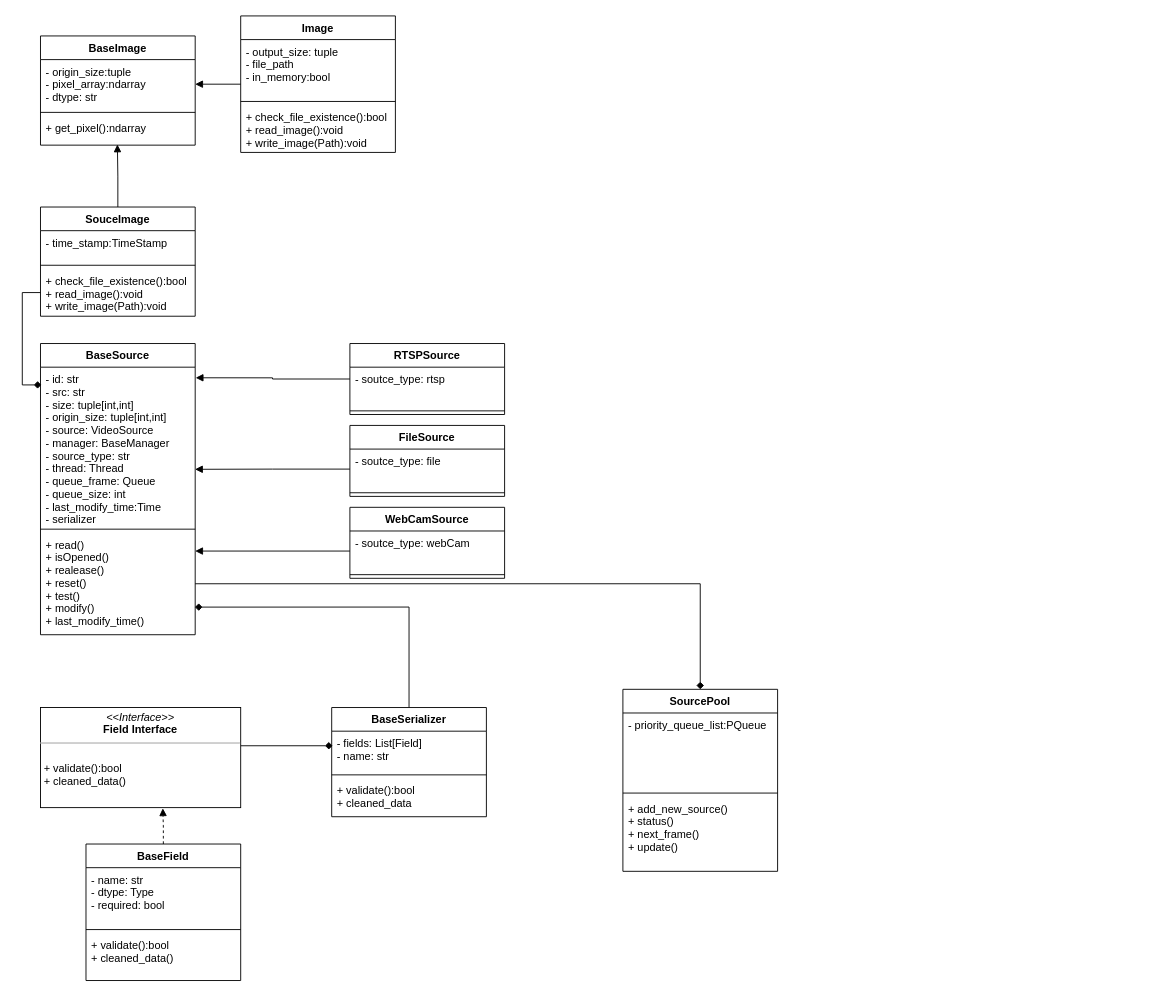
This is page "Source Class Diagram" (2 of 2) of doc/diagram/face recognition.drawio from armin-azh/siamese, a draw.io file, before an edit. Source tidied: cells renumbered, new cells numbered last; positions are measured from the earlier drawing's top-left corner, leaving out a move shared by most shapes. Both pictures are drawn from the tidied source at 91%, with x=0, y=0 at pixel (40, 15).
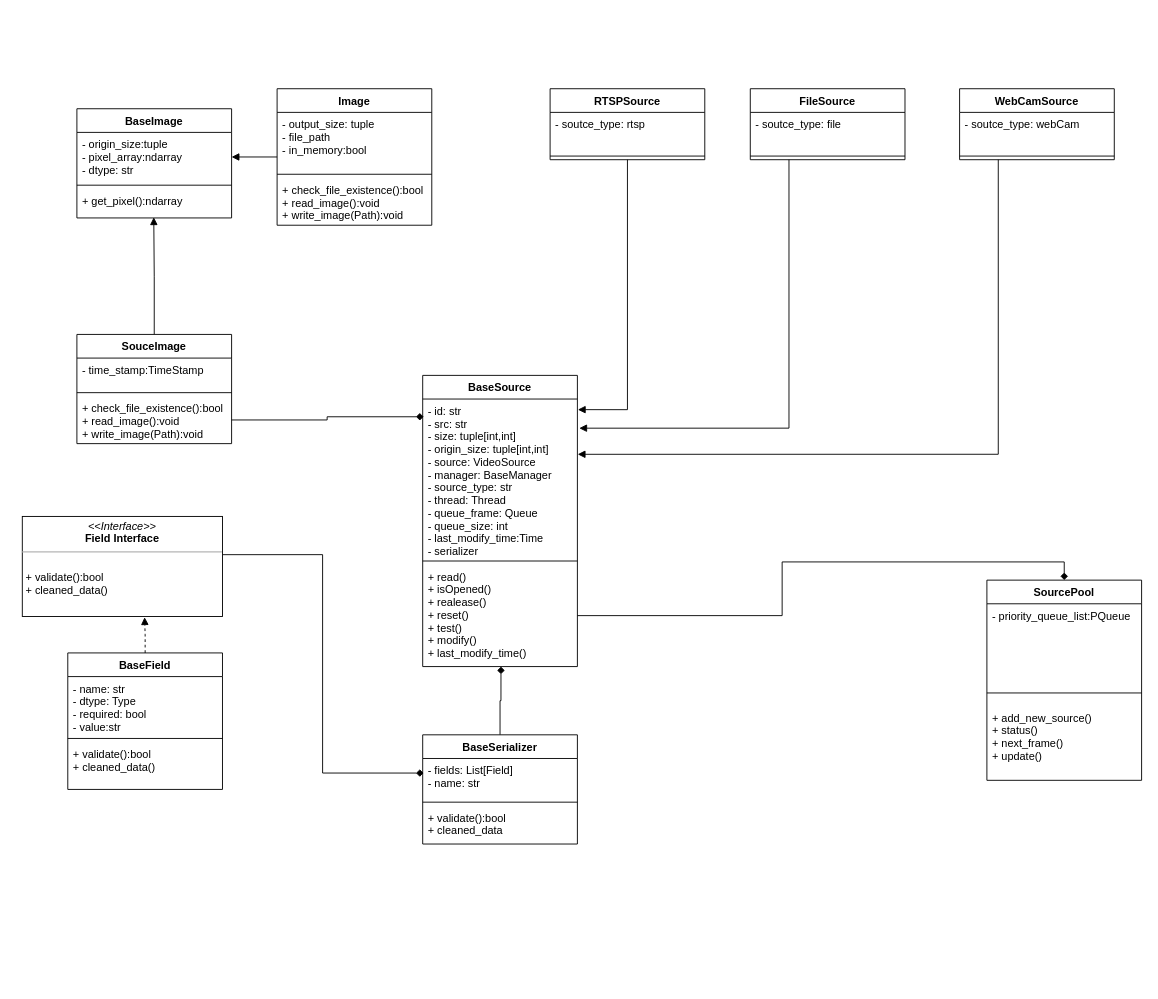
The same diagram, later.

Commit message (it also covers changes not shown here):
some change in diagram and add serializer module

The change refers to these unchanged cells:
```xml
<mxCell id="3" value="- id: str&#10;- src: str&#10;- size: tuple[int,int]&#10;- origin_size: tuple[int,int]&#10;- source: VideoSource&#10;- manager: BaseManager&#10;- source_type: str&#10;- thread: Thread&#10;- queue_frame: Queue&#10;- queue_size: int&#10;- last_modify_time:Time&#10;- serializer" style="text;strokeColor=none;fillColor=none;align=left;verticalAlign=top;spacingLeft=4;spacingRight=4;overflow=hidden;points=[[0,0.5],[1,0.5]];portConstraint=eastwest;" parent="2" vertex="1">
  <mxGeometry y="26" width="170" height="174" as="geometry" />
</mxCell>
<mxCell id="5" value="+ read()&#10;+ isOpened()&#10;+ realease()&#10;+ reset()&#10;+ test()&#10;+ modify()&#10;+ last_modify_time()&#10;" style="text;strokeColor=none;fillColor=none;align=left;verticalAlign=top;spacingLeft=4;spacingRight=4;overflow=hidden;points=[[0,0.5],[1,0.5]];portConstraint=eastwest;" parent="2" vertex="1">
  <mxGeometry y="208" width="170" height="112" as="geometry" />
</mxCell>
<mxCell id="43" value="- soutce_type: file" style="text;strokeColor=none;fillColor=none;align=left;verticalAlign=top;spacingLeft=4;spacingRight=4;overflow=hidden;points=[[0,0.5],[1,0.5]];portConstraint=eastwest;" parent="42" vertex="1">
  <mxGeometry y="26" width="170" height="44" as="geometry" />
</mxCell>
<mxCell id="47" value="- soutce_type: webCam" style="text;strokeColor=none;fillColor=none;align=left;verticalAlign=top;spacingLeft=4;spacingRight=4;overflow=hidden;points=[[0,0.5],[1,0.5]];portConstraint=eastwest;" parent="46" vertex="1">
  <mxGeometry y="26" width="170" height="44" as="geometry" />
</mxCell>
```

Change to the diagram source:
```diff
@@
     <mxCell id="2" value="BaseSource" style="swimlane;fontStyle=1;align=center;verticalAlign=top;horizontal=1;startSize=26;" parent="1" vertex="1">
-      <mxGeometry y="360" width="170" height="320" as="geometry" />
+      <mxGeometry x="420" y="395" width="170" height="320" as="geometry" />
     </mxCell>
@@
     <mxCell id="6" value="SourcePool" style="swimlane;fontStyle=1;align=center;verticalAlign=top;horizontal=1;startSize=26;" parent="1" vertex="1">
-      <mxGeometry x="640" y="740" width="170" height="200" as="geometry" />
+      <mxGeometry x="1040" y="620" width="170" height="220" as="geometry" />
     </mxCell>
@@
     <mxCell id="8" style="line;strokeWidth=1;fillColor=none;align=left;verticalAlign=middle;spacingTop=-1;spacingLeft=3;spacingRight=3;labelPosition=right;" parent="6" vertex="1">
-      <mxGeometry y="110" width="170" height="8" as="geometry" />
+      <mxGeometry y="110" width="170" height="28" as="geometry" />
     </mxCell>
     <mxCell id="9" value="+ add_new_source()&#10;+ status()&#10;+ next_frame()&#10;+ update()" style="text;strokeColor=none;fillColor=none;align=left;verticalAlign=top;spacingLeft=4;spacingRight=4;overflow=hidden;" parent="6" vertex="1">
-      <mxGeometry y="118" width="170" height="82" as="geometry" />
+      <mxGeometry y="138" width="170" height="82" as="geometry" />
     </mxCell>
@@
     <mxCell id="11" value="Image" style="swimlane;fontStyle=1;align=center;verticalAlign=top;horizontal=1;startSize=26;" parent="1" vertex="1">
-      <mxGeometry x="220" width="170" height="150" as="geometry" />
+      <mxGeometry x="260" y="80" width="170" height="150" as="geometry" />
     </mxCell>
@@
     <mxCell id="15" value="BaseImage" style="swimlane;fontStyle=1;align=center;verticalAlign=top;horizontal=1;startSize=26;" parent="1" vertex="1">
-      <mxGeometry y="22" width="170" height="120" as="geometry" />
+      <mxGeometry x="40" y="102" width="170" height="120" as="geometry" />
     </mxCell>
@@
     <mxCell id="20" value="SouceImage" style="swimlane;fontStyle=1;align=center;verticalAlign=top;horizontal=1;startSize=26;" parent="1" vertex="1">
-      <mxGeometry y="210" width="170" height="120" as="geometry" />
+      <mxGeometry x="40" y="350" width="170" height="120" as="geometry" />
     </mxCell>
@@
-    <mxCell id="25" style="edgeStyle=orthogonalEdgeStyle;rounded=0;jettySize=auto;html=1;entryX=0.998;entryY=0.729;entryDx=0;entryDy=0;entryPerimeter=0;endArrow=diamond;endFill=1;" parent="1" edge="1" source="26" target="5">
+    <mxCell id="25" style="edgeStyle=orthogonalEdgeStyle;rounded=0;jettySize=auto;html=1;entryX=0.506;entryY=1;entryDx=0;entryDy=0;entryPerimeter=0;endArrow=diamond;endFill=1;" parent="1" edge="1" source="26" target="5">
       <mxGeometry relative="1" as="geometry" />
     </mxCell>
     <mxCell id="26" value="BaseSerializer" style="swimlane;fontStyle=1;align=center;verticalAlign=top;horizontal=1;startSize=26;" parent="1" vertex="1">
-      <mxGeometry x="320" y="760" width="170" height="120" as="geometry" />
+      <mxGeometry x="420" y="790" width="170" height="120" as="geometry" />
     </mxCell>
@@
     <mxCell id="31" value="BaseField" style="swimlane;fontStyle=1;align=center;verticalAlign=top;horizontal=1;startSize=26;" parent="1" vertex="1">
-      <mxGeometry x="50" y="910" width="170" height="150" as="geometry" />
+      <mxGeometry x="30" y="700" width="170" height="150" as="geometry" />
     </mxCell>
-    <mxCell id="32" value="- name: str&#10;- dtype: Type&#10;- required: bool" style="text;strokeColor=none;fillColor=none;align=left;verticalAlign=top;spacingLeft=4;spacingRight=4;overflow=hidden;" parent="31" vertex="1">
+    <mxCell id="32" value="- name: str&#10;- dtype: Type&#10;- required: bool&#10;- value:str" style="text;strokeColor=none;fillColor=none;align=left;verticalAlign=top;spacingLeft=4;spacingRight=4;overflow=hidden;" parent="31" vertex="1">
       <mxGeometry y="26" width="170" height="64" as="geometry" />
     </mxCell>
@@
     <mxCell id="36" value="&lt;p style=&quot;margin: 0px ; margin-top: 4px ; text-align: center&quot;&gt;&lt;i&gt;&amp;lt;&amp;lt;Interface&amp;gt;&amp;gt;&lt;/i&gt;&lt;br&gt;&lt;b&gt;Field Interface&lt;/b&gt;&lt;/p&gt;&lt;hr size=&quot;1&quot;&gt;&lt;p style=&quot;margin: 0px ; margin-left: 4px&quot;&gt;&lt;br&gt;&lt;/p&gt;&lt;p style=&quot;margin: 0px ; margin-left: 4px&quot;&gt;+ validate():bool&lt;br style=&quot;padding: 0px ; margin: 0px&quot;&gt;+ cleaned_data()&lt;br&gt;&lt;/p&gt;" style="verticalAlign=top;align=left;overflow=fill;fontSize=12;fontFamily=Helvetica;html=1;" parent="1" vertex="1">
-      <mxGeometry y="760" width="220" height="110" as="geometry" />
+      <mxGeometry x="-20" y="550" width="220" height="110" as="geometry" />
     </mxCell>
@@
     <mxCell id="39" value="RTSPSource" style="swimlane;fontStyle=1;align=center;verticalAlign=top;horizontal=1;startSize=26;" parent="1" vertex="1">
-      <mxGeometry x="340" y="360" width="170" height="78" as="geometry" />
+      <mxGeometry x="560" y="80" width="170" height="78" as="geometry" />
     </mxCell>
@@
     <mxCell id="42" value="FileSource" style="swimlane;fontStyle=1;align=center;verticalAlign=top;horizontal=1;startSize=26;" parent="1" vertex="1">
-      <mxGeometry x="340" y="450" width="170" height="78" as="geometry" />
+      <mxGeometry x="780" y="80" width="170" height="78" as="geometry" />
     </mxCell>
@@
-    <mxCell id="45" style="edgeStyle=orthogonalEdgeStyle;rounded=0;jettySize=auto;html=1;entryX=0.999;entryY=0.645;entryDx=0;entryDy=0;entryPerimeter=0;endArrow=block;endFill=1;" parent="1" edge="1" source="43" target="3">
+    <mxCell id="45" style="edgeStyle=orthogonalEdgeStyle;rounded=0;jettySize=auto;html=1;entryX=1.012;entryY=0.184;entryDx=0;entryDy=0;entryPerimeter=0;endArrow=block;endFill=1;exitX=0.25;exitY=1;exitDx=0;exitDy=0;" parent="1" edge="1" source="42" target="3">
       <mxGeometry relative="1" as="geometry" />
     </mxCell>
     <mxCell id="46" value="WebCamSource" style="swimlane;fontStyle=1;align=center;verticalAlign=top;horizontal=1;startSize=26;" parent="1" vertex="1">
-      <mxGeometry x="340" y="540" width="170" height="78" as="geometry" />
+      <mxGeometry x="1010" y="80" width="170" height="78" as="geometry" />
     </mxCell>
@@
-    <mxCell id="49" style="edgeStyle=orthogonalEdgeStyle;rounded=0;jettySize=auto;html=1;entryX=1;entryY=0.179;entryDx=0;entryDy=0;entryPerimeter=0;endArrow=block;endFill=1;" parent="1" edge="1" source="47" target="5">
+    <mxCell id="49" style="edgeStyle=orthogonalEdgeStyle;rounded=0;jettySize=auto;html=1;entryX=1.002;entryY=0.349;entryDx=0;entryDy=0;entryPerimeter=0;endArrow=block;endFill=1;exitX=0.25;exitY=1;exitDx=0;exitDy=0;" parent="1" edge="1" source="46" target="3">
       <mxGeometry relative="1" as="geometry" />
     </mxCell>
```
